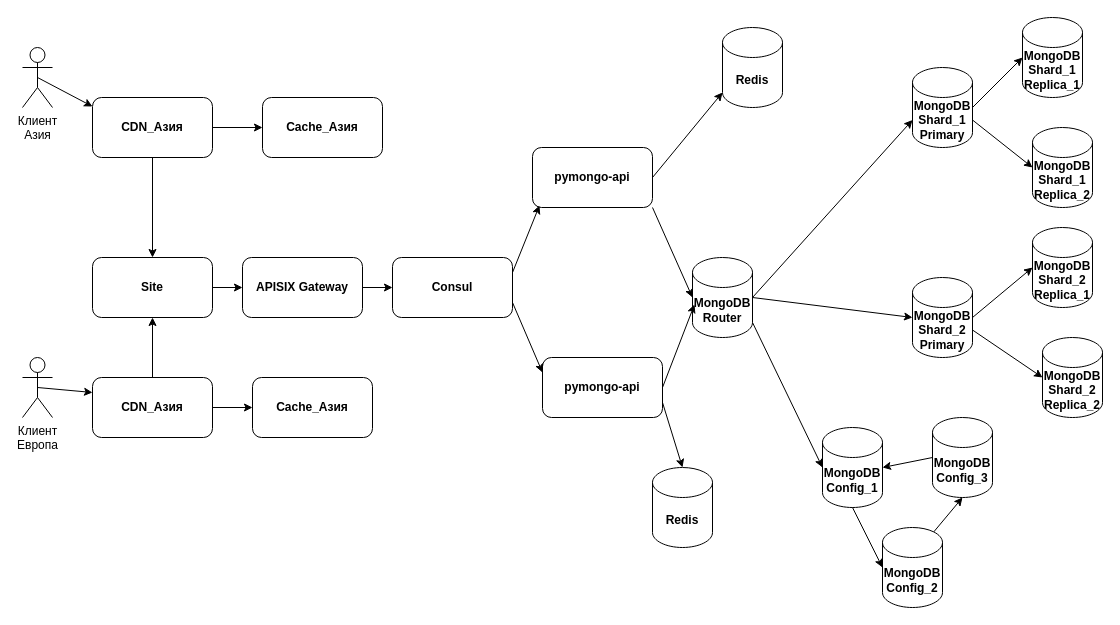
rminchakov-ctrl/architecture-pro-black_friday keeps this draw.io diagram as schemes/task5.drawio. Above is the earlier version. Source tidied: cells renumbered, new cells numbered last; positions are measured from the earlier drawing's top-left corner, leaving out a move shared by most shapes. Both pictures are drawn from the tidied source at 100%, with x=0, y=0 at pixel (22, 17).
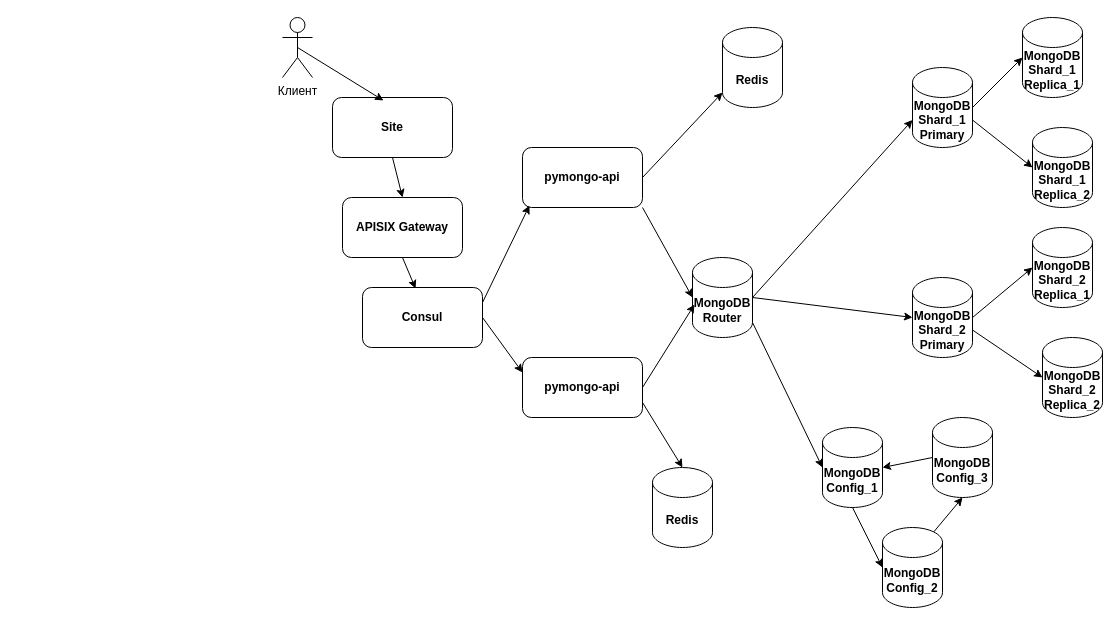
The same page after the edit.

The edit, as a diff of the source:
```diff
@@
     <mxCell id="3" value="&lt;b&gt;pymongo-api&lt;/b&gt;" style="rounded=1;whiteSpace=wrap;html=1;" parent="1" vertex="1">
-      <mxGeometry x="520" y="340" width="120" height="60" as="geometry" />
+      <mxGeometry x="500" y="340" width="120" height="60" as="geometry" />
     </mxCell>
@@
     <mxCell id="26" value="&lt;b&gt;pymongo-api&lt;/b&gt;" style="rounded=1;whiteSpace=wrap;html=1;" parent="1" vertex="1">
-      <mxGeometry x="510" y="130" width="120" height="60" as="geometry" />
+      <mxGeometry x="500" y="130" width="120" height="60" as="geometry" />
     </mxCell>
@@
     <mxCell id="30" value="&lt;b&gt;Consul&lt;/b&gt;" style="rounded=1;whiteSpace=wrap;html=1;" parent="1" vertex="1">
-      <mxGeometry x="370" y="240" width="120" height="60" as="geometry" />
+      <mxGeometry x="340" y="270" width="120" height="60" as="geometry" />
     </mxCell>
@@
-    <mxCell id="32" style="endArrow=classic;html=1;entryX=0;entryY=0.25;entryDx=0;entryDy=0;exitX=1;exitY=0.75;exitDx=0;exitDy=0;" parent="1" edge="1" source="30" target="3">
+    <mxCell id="32" style="endArrow=classic;html=1;exitX=1;exitY=0.5;exitDx=0;exitDy=0;entryX=0;entryY=0.25;entryDx=0;entryDy=0;" parent="1" edge="1" source="30" target="3">
       <mxGeometry relative="1" as="geometry" />
     </mxCell>
     <mxCell id="33" value="&lt;b&gt;APISIX Gateway&lt;/b&gt;" style="rounded=1;whiteSpace=wrap;html=1;" parent="1" vertex="1">
-      <mxGeometry x="220" y="240" width="120" height="60" as="geometry" />
+      <mxGeometry x="320" y="180" width="120" height="60" as="geometry" />
     </mxCell>
-    <mxCell id="34" style="endArrow=classic;html=1;entryX=0;entryY=0.5;entryDx=0;entryDy=0;exitX=1;exitY=0.5;exitDx=0;exitDy=0;" parent="1" edge="1" source="33" target="30">
+    <mxCell id="34" style="endArrow=classic;html=1;exitX=0.5;exitY=1;exitDx=0;exitDy=0;entryX=0.442;entryY=0.017;entryDx=0;entryDy=0;entryPerimeter=0;" parent="1" edge="1" source="33" target="30">
       <mxGeometry relative="1" as="geometry" />
     </mxCell>
     <mxCell id="35" value="&lt;b&gt;Site&lt;/b&gt;" style="rounded=1;whiteSpace=wrap;html=1;" parent="1" vertex="1">
-      <mxGeometry x="70" y="240" width="120" height="60" as="geometry" />
+      <mxGeometry x="310" y="80" width="120" height="60" as="geometry" />
     </mxCell>
+    <mxCell id="37" style="endArrow=classic;html=1;entryX=0.5;entryY=0;entryDx=0;entryDy=0;exitX=0.5;exitY=1;exitDx=0;exitDy=0;" parent="1" edge="1" source="35" target="33">
+      <mxGeometry relative="1" as="geometry" />
+    </mxCell>
-    <mxCell id="36" value="Клиент&lt;div&gt;Азия&lt;/div&gt;" style="shape=umlActor;verticalLabelPosition=bottom;verticalAlign=top;html=1;outlineConnect=0;" parent="1" vertex="1">
-      <mxGeometry y="30" width="30" height="60" as="geometry" />
+    <mxCell id="36" value="Клиент&lt;div&gt;&lt;br&gt;&lt;/div&gt;" style="shape=umlActor;verticalLabelPosition=bottom;verticalAlign=top;html=1;outlineConnect=0;" parent="1" vertex="1">
+      <mxGeometry x="260" width="30" height="60" as="geometry" />
     </mxCell>
-    <mxCell id="37" style="endArrow=classic;html=1;entryX=0;entryY=0.5;entryDx=0;entryDy=0;exitX=1;exitY=0.5;exitDx=0;exitDy=0;" parent="1" edge="1" source="35" target="33">
-      <mxGeometry relative="1" as="geometry" />
-    </mxCell>
-    <mxCell id="38" style="edgeStyle=none;html=1;" parent="1" edge="1" source="39" target="47">
-      <mxGeometry relative="1" as="geometry" />
-    </mxCell>
-    <mxCell id="39" value="&lt;b&gt;CDN_Азия&lt;/b&gt;" style="rounded=1;whiteSpace=wrap;html=1;" parent="1" vertex="1">
-      <mxGeometry x="70" y="80" width="120" height="60" as="geometry" />
-    </mxCell>
-    <mxCell id="40" style="endArrow=classic;html=1;exitX=0.5;exitY=1;exitDx=0;exitDy=0;entryX=0.5;entryY=0;entryDx=0;entryDy=0;" parent="1" edge="1" source="39" target="35">
-      <mxGeometry relative="1" as="geometry" />
-    </mxCell>
-    <mxCell id="41" value="Клиент&lt;div&gt;Европа&lt;/div&gt;" style="shape=umlActor;verticalLabelPosition=bottom;verticalAlign=top;html=1;outlineConnect=0;" parent="1" vertex="1">
-      <mxGeometry y="340" width="30" height="60" as="geometry" />
-    </mxCell>
-    <mxCell id="42" style="edgeStyle=none;html=1;" parent="1" edge="1" source="44" target="35">
-      <mxGeometry relative="1" as="geometry" />
-    </mxCell>
-    <mxCell id="43" style="edgeStyle=none;html=1;" parent="1" edge="1" source="44" target="48">
-      <mxGeometry relative="1" as="geometry" />
-    </mxCell>
-    <mxCell id="44" value="&lt;b&gt;CDN_Азия&lt;/b&gt;" style="rounded=1;whiteSpace=wrap;html=1;" parent="1" vertex="1">
-      <mxGeometry x="70" y="360" width="120" height="60" as="geometry" />
-    </mxCell>
-    <mxCell id="45" style="edgeStyle=none;html=1;exitX=0.5;exitY=0.5;exitDx=0;exitDy=0;exitPerimeter=0;entryX=0;entryY=0.15;entryDx=0;entryDy=0;entryPerimeter=0;" parent="1" edge="1" source="36" target="39">
-      <mxGeometry relative="1" as="geometry" />
-    </mxCell>
-    <mxCell id="46" style="edgeStyle=none;html=1;entryX=0;entryY=0.25;entryDx=0;entryDy=0;exitX=0.5;exitY=0.5;exitDx=0;exitDy=0;exitPerimeter=0;" parent="1" edge="1" source="41" target="44">
-      <mxGeometry relative="1" as="geometry" />
-    </mxCell>
-    <mxCell id="47" value="&lt;b&gt;Cache_Азия&lt;/b&gt;" style="rounded=1;whiteSpace=wrap;html=1;" parent="1" vertex="1">
-      <mxGeometry x="240" y="80" width="120" height="60" as="geometry" />
-    </mxCell>
-    <mxCell id="48" value="&lt;b&gt;Cache_Азия&lt;/b&gt;" style="rounded=1;whiteSpace=wrap;html=1;" parent="1" vertex="1">
-      <mxGeometry x="230" y="360" width="120" height="60" as="geometry" />
-    </mxCell>
+    <mxCell id="49" style="edgeStyle=none;html=1;exitX=0.5;exitY=0.5;exitDx=0;exitDy=0;exitPerimeter=0;entryX=0.425;entryY=0.05;entryDx=0;entryDy=0;entryPerimeter=0;" parent="1" edge="1" source="36" target="35">
+      <mxGeometry relative="1" as="geometry" />
+    </mxCell>
```
